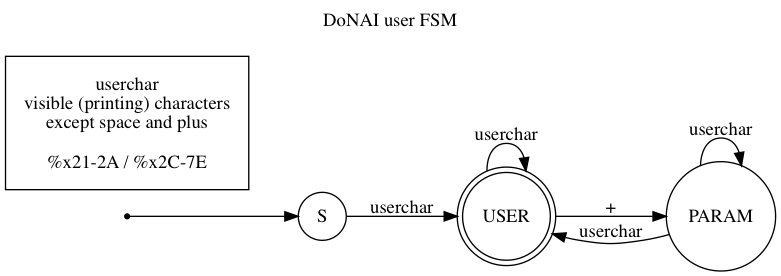
Earlier version of the Graphviz export doc/design/donaiuserfsm.png (arpa2/libarpa2service). Its source is kept beside it as doc/design/donaiuserfsm.gv.
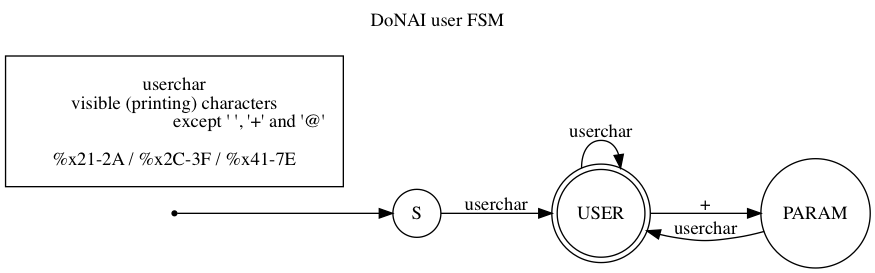
The same file after the commit.

The edit, as a diff of the source:
```diff
@@ -12,11 +12,12 @@
 		S	-> USER [ label = "userchar" ];
 		USER	-> USER [ label = "userchar" ];
 		USER	-> PARAM [ label = "+" ];
-		PARAM	-> PARAM [ label = "userchar" ];
 		PARAM	-> USER [ label = "userchar" ];
 
 	node[ shape=box, margin="0.2,0.2" ];
-		userchar[ label = "userchar\nvisible (printing) characters\nexcept space and plus\n\n%x21-2A / %x2C-7E" ];
+		userchar[ label = "userchar\nvisible (printing) characters
+				except ' ', '+' and '@'
+				\n%x21-2A / %x2C-3F / %x41-7E" ];
 
 	labelloc="t";
 	label="DoNAI user FSM\n\n";
```
